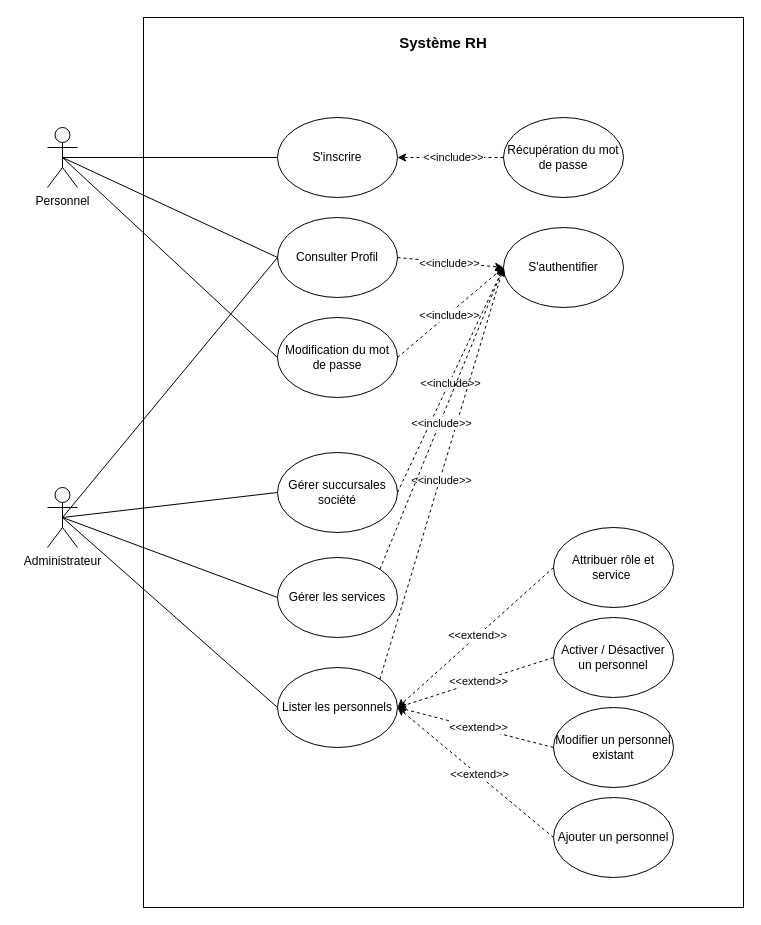
Above: Diagramme de cas d’utilisation du sprint 1.drawio in PORTAIL-RH/Portail-RH-Mobile (draw.io), before the change. Source tidied: cells renumbered, new cells numbered last; positions are measured from the earlier drawing's top-left corner, leaving out a move shared by most shapes. Both pictures are drawn from the tidied source at 100%, with x=0, y=0 at pixel (47, 17).
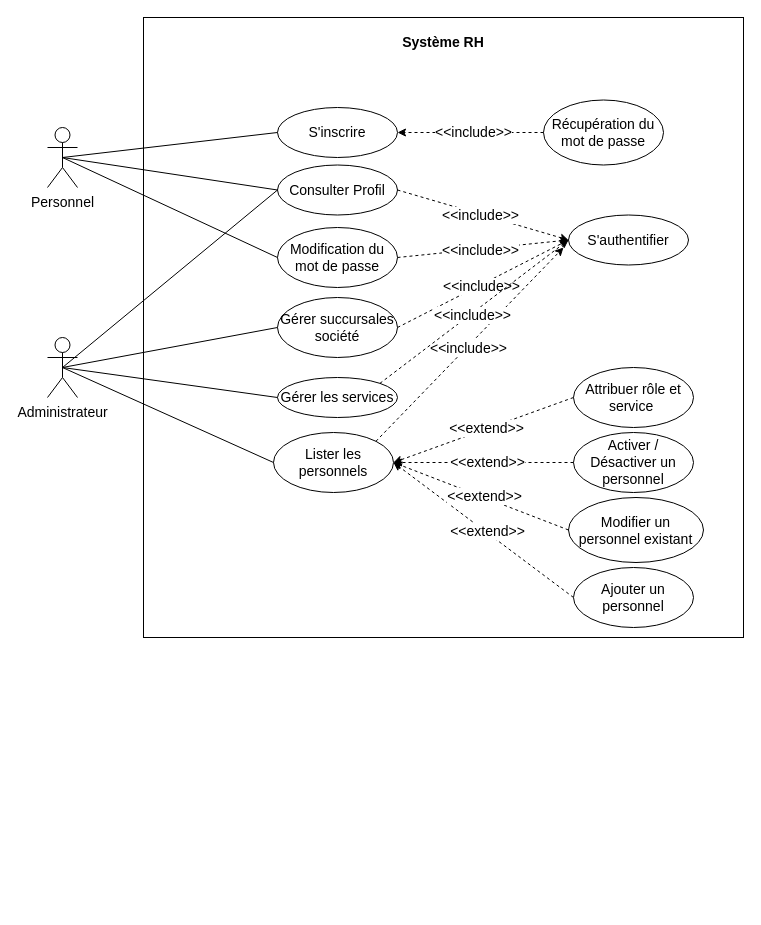
The same diagram, later.

The edit, as a diff of the source:
```diff
@@
     <mxCell id="2" style="rounded=0;whiteSpace=wrap;html=1;labelBackgroundColor=none;" parent="1" vertex="1">
-      <mxGeometry x="96" width="600" height="890" as="geometry" />
+      <mxGeometry x="96" width="600" height="620" as="geometry" />
     </mxCell>
-    <mxCell id="3" value="Personnel" style="shape=umlActor;verticalLabelPosition=bottom;verticalAlign=top;html=1;outlineConnect=0;" parent="1" vertex="1">
+    <mxCell id="3" value="Personnel" style="shape=umlActor;verticalLabelPosition=bottom;verticalAlign=top;html=1;outlineConnect=0;fontSize=14;" parent="1" vertex="1">
       <mxGeometry y="110" width="30" height="60" as="geometry" />
     </mxCell>
-    <mxCell id="4" value="Administrateur" style="shape=umlActor;verticalLabelPosition=bottom;verticalAlign=top;html=1;outlineConnect=0;" parent="1" vertex="1">
-      <mxGeometry y="470" width="30" height="60" as="geometry" />
+    <mxCell id="4" value="Administrateur" style="shape=umlActor;verticalLabelPosition=bottom;verticalAlign=top;html=1;outlineConnect=0;fontSize=14;" parent="1" vertex="1">
+      <mxGeometry y="320" width="30" height="60" as="geometry" />
     </mxCell>
-    <mxCell id="5" value="S'inscrire" style="ellipse;whiteSpace=wrap;html=1;" parent="1" vertex="1">
-      <mxGeometry x="230" y="100" width="120" height="80" as="geometry" />
+    <mxCell id="5" value="S'inscrire" style="ellipse;whiteSpace=wrap;html=1;fontSize=14;" parent="1" vertex="1">
+      <mxGeometry x="230" y="90" width="120" height="50" as="geometry" />
     </mxCell>
-    <mxCell id="6" style="endArrow=none;html=1;rounded=0;exitX=0.5;exitY=0.5;exitDx=0;exitDy=0;exitPerimeter=0;entryX=0;entryY=0.5;entryDx=0;entryDy=0;" parent="1" edge="1" source="3" target="5">
+    <mxCell id="6" style="endArrow=none;html=1;rounded=0;exitX=0.5;exitY=0.5;exitDx=0;exitDy=0;exitPerimeter=0;entryX=0;entryY=0.5;entryDx=0;entryDy=0;fontSize=14;" parent="1" edge="1" source="3" target="5">
       <mxGeometry relative="1" as="geometry" />
     </mxCell>
-    <mxCell id="7" value="S'authentifier" style="ellipse;whiteSpace=wrap;html=1;" parent="1" vertex="1">
-      <mxGeometry x="456" y="210" width="120" height="80" as="geometry" />
+    <mxCell id="7" value="S'authentifier" style="ellipse;whiteSpace=wrap;html=1;fontSize=14;" parent="1" vertex="1">
+      <mxGeometry x="521" y="197.5" width="120" height="50" as="geometry" />
     </mxCell>
-    <mxCell id="8" value="Récupération du mot de passe" style="ellipse;whiteSpace=wrap;html=1;" parent="1" vertex="1">
-      <mxGeometry x="456" y="100" width="120" height="80" as="geometry" />
+    <mxCell id="8" value="Récupération du mot de passe" style="ellipse;whiteSpace=wrap;html=1;fontSize=14;" parent="1" vertex="1">
+      <mxGeometry x="496" y="82.5" width="120" height="65" as="geometry" />
     </mxCell>
-    <mxCell id="9" value="Modification du mot de passe" style="ellipse;whiteSpace=wrap;html=1;" parent="1" vertex="1">
-      <mxGeometry x="230" y="300" width="120" height="80" as="geometry" />
+    <mxCell id="9" value="Modification du mot de passe" style="ellipse;whiteSpace=wrap;html=1;fontSize=14;" parent="1" vertex="1">
+      <mxGeometry x="230" y="210" width="120" height="60" as="geometry" />
     </mxCell>
-    <mxCell id="10" value="Consulter Profil" style="ellipse;whiteSpace=wrap;html=1;" parent="1" vertex="1">
-      <mxGeometry x="230" y="200" width="120" height="80" as="geometry" />
+    <mxCell id="10" value="Consulter Profil" style="ellipse;whiteSpace=wrap;html=1;fontSize=14;" parent="1" vertex="1">
+      <mxGeometry x="230" y="147.5" width="120" height="50" as="geometry" />
     </mxCell>
-    <mxCell id="11" style="endArrow=none;html=1;rounded=0;exitX=0.5;exitY=0.5;exitDx=0;exitDy=0;exitPerimeter=0;entryX=0;entryY=0.5;entryDx=0;entryDy=0;" parent="1" edge="1" source="3" target="10">
+    <mxCell id="11" style="endArrow=none;html=1;rounded=0;exitX=0.5;exitY=0.5;exitDx=0;exitDy=0;exitPerimeter=0;entryX=0;entryY=0.5;entryDx=0;entryDy=0;fontSize=14;" parent="1" edge="1" source="3" target="10">
       <mxGeometry relative="1" as="geometry" />
     </mxCell>
-    <mxCell id="12" style="endArrow=classic;dashed=1;html=1;rounded=0;exitX=0;exitY=0.5;exitDx=0;exitDy=0;endFill=1;entryX=1;entryY=0.5;entryDx=0;entryDy=0;" parent="1" edge="1" source="8" target="5">
+    <mxCell id="12" style="endArrow=classic;dashed=1;html=1;rounded=0;exitX=0;exitY=0.5;exitDx=0;exitDy=0;endFill=1;entryX=1;entryY=0.5;entryDx=0;entryDy=0;fontSize=14;" parent="1" edge="1" source="8" target="5">
       <mxGeometry relative="1" as="geometry" />
     </mxCell>
-    <mxCell id="13" value="&amp;lt;&amp;lt;include&amp;gt;&amp;gt;" style="edgeLabel;html=1;align=center;verticalAlign=middle;" parent="12" vertex="1">
+    <mxCell id="13" value="&amp;lt;&amp;lt;include&amp;gt;&amp;gt;" style="edgeLabel;html=1;align=center;verticalAlign=middle;fontSize=14;" parent="12" vertex="1">
       <mxGeometry x="-0.03" y="-1" relative="1" as="geometry" />
     </mxCell>
-    <mxCell id="14" style="endArrow=none;html=1;rounded=0;exitX=0.5;exitY=0.5;exitDx=0;exitDy=0;exitPerimeter=0;entryX=0;entryY=0.5;entryDx=0;entryDy=0;" parent="1" edge="1" source="3" target="9">
+    <mxCell id="14" style="endArrow=none;html=1;rounded=0;exitX=0.5;exitY=0.5;exitDx=0;exitDy=0;exitPerimeter=0;entryX=0;entryY=0.5;entryDx=0;entryDy=0;fontSize=14;" parent="1" edge="1" source="3" target="9">
       <mxGeometry relative="1" as="geometry" />
     </mxCell>
-    <mxCell id="15" style="endArrow=classic;dashed=1;html=1;rounded=0;exitX=1;exitY=0.5;exitDx=0;exitDy=0;endFill=1;entryX=0;entryY=0.5;entryDx=0;entryDy=0;" parent="1" edge="1" source="10" target="7">
+    <mxCell id="15" style="endArrow=classic;dashed=1;html=1;rounded=0;exitX=1;exitY=0.5;exitDx=0;exitDy=0;endFill=1;entryX=0;entryY=0.5;entryDx=0;entryDy=0;fontSize=14;" parent="1" edge="1" source="10" target="7">
       <mxGeometry relative="1" as="geometry" />
     </mxCell>
-    <mxCell id="16" value="&amp;lt;&amp;lt;include&amp;gt;&amp;gt;" style="edgeLabel;html=1;align=center;verticalAlign=middle;" parent="15" vertex="1">
+    <mxCell id="16" value="&amp;lt;&amp;lt;include&amp;gt;&amp;gt;" style="edgeLabel;html=1;align=center;verticalAlign=middle;fontSize=14;" parent="15" vertex="1">
       <mxGeometry x="-0.03" y="-1" relative="1" as="geometry" />
     </mxCell>
-    <mxCell id="17" style="endArrow=classic;dashed=1;html=1;rounded=0;exitX=1;exitY=0.5;exitDx=0;exitDy=0;endFill=1;entryX=0;entryY=0.5;entryDx=0;entryDy=0;" parent="1" edge="1" source="9" target="7">
+    <mxCell id="17" style="endArrow=classic;dashed=1;html=1;rounded=0;exitX=1;exitY=0.5;exitDx=0;exitDy=0;endFill=1;entryX=0;entryY=0.5;entryDx=0;entryDy=0;fontSize=14;" parent="1" edge="1" source="9" target="7">
       <mxGeometry relative="1" as="geometry" />
     </mxCell>
-    <mxCell id="18" value="&amp;lt;&amp;lt;include&amp;gt;&amp;gt;" style="edgeLabel;html=1;align=center;verticalAlign=middle;" parent="17" vertex="1">
+    <mxCell id="18" value="&amp;lt;&amp;lt;include&amp;gt;&amp;gt;" style="edgeLabel;html=1;align=center;verticalAlign=middle;fontSize=14;" parent="17" vertex="1">
       <mxGeometry x="-0.03" y="-1" relative="1" as="geometry" />
     </mxCell>
-    <mxCell id="19" value="Gérer succursales société" style="ellipse;whiteSpace=wrap;html=1;" parent="1" vertex="1">
-      <mxGeometry x="230" y="435" width="120" height="80" as="geometry" />
+    <mxCell id="19" value="Gérer succursales société" style="ellipse;whiteSpace=wrap;html=1;fontSize=14;" parent="1" vertex="1">
+      <mxGeometry x="230" y="280" width="120" height="60" as="geometry" />
     </mxCell>
-    <mxCell id="20" value="Gérer les services" style="ellipse;whiteSpace=wrap;html=1;" parent="1" vertex="1">
-      <mxGeometry x="230" y="540" width="120" height="80" as="geometry" />
+    <mxCell id="20" value="Gérer les services" style="ellipse;whiteSpace=wrap;html=1;fontSize=14;" parent="1" vertex="1">
+      <mxGeometry x="230" y="360" width="120" height="40" as="geometry" />
     </mxCell>
-    <mxCell id="21" value="Lister les personnels" style="ellipse;whiteSpace=wrap;html=1;" parent="1" vertex="1">
-      <mxGeometry x="230" y="650" width="120" height="80" as="geometry" />
+    <mxCell id="21" value="Lister les personnels" style="ellipse;whiteSpace=wrap;html=1;fontSize=14;" parent="1" vertex="1">
+      <mxGeometry x="226" y="415" width="120" height="60" as="geometry" />
     </mxCell>
-    <mxCell id="22" style="endArrow=classic;dashed=1;html=1;rounded=0;exitX=0;exitY=0.5;exitDx=0;exitDy=0;endFill=1;entryX=1;entryY=0.5;entryDx=0;entryDy=0;" parent="1" edge="1" source="26" target="21">
+    <mxCell id="22" style="endArrow=classic;dashed=1;html=1;rounded=0;exitX=0;exitY=0.5;exitDx=0;exitDy=0;endFill=1;entryX=1;entryY=0.5;entryDx=0;entryDy=0;fontSize=14;" parent="1" edge="1" source="26" target="21">
       <mxGeometry relative="1" as="geometry" />
     </mxCell>
-    <mxCell id="23" value="&amp;lt;&amp;lt;extend&amp;gt;&amp;gt;" style="edgeLabel;html=1;align=center;verticalAlign=middle;" parent="22" vertex="1">
+    <mxCell id="23" value="&amp;lt;&amp;lt;extend&amp;gt;&amp;gt;" style="edgeLabel;html=1;align=center;verticalAlign=middle;fontSize=14;" parent="22" vertex="1">
       <mxGeometry x="-0.03" y="-1" relative="1" as="geometry" />
     </mxCell>
-    <mxCell id="24" value="Activer / Désactiver un personnel" style="ellipse;whiteSpace=wrap;html=1;" parent="1" vertex="1">
-      <mxGeometry x="506" y="600" width="120" height="80" as="geometry" />
+    <mxCell id="24" value="Activer / Désactiver un personnel" style="ellipse;whiteSpace=wrap;html=1;fontSize=14;" parent="1" vertex="1">
+      <mxGeometry x="526" y="415" width="120" height="60" as="geometry" />
     </mxCell>
-    <mxCell id="25" value="Modifier un personnel existant" style="ellipse;whiteSpace=wrap;html=1;" parent="1" vertex="1">
-      <mxGeometry x="506" y="690" width="120" height="80" as="geometry" />
+    <mxCell id="25" value="Modifier un personnel existant" style="ellipse;whiteSpace=wrap;html=1;fontSize=14;" parent="1" vertex="1">
+      <mxGeometry x="521" y="480" width="135" height="65" as="geometry" />
     </mxCell>
-    <mxCell id="26" value="Ajouter un personnel" style="ellipse;whiteSpace=wrap;html=1;" parent="1" vertex="1">
-      <mxGeometry x="506" y="780" width="120" height="80" as="geometry" />
+    <mxCell id="26" value="Ajouter un personnel" style="ellipse;whiteSpace=wrap;html=1;fontSize=14;" parent="1" vertex="1">
+      <mxGeometry x="526" y="550" width="120" height="60" as="geometry" />
     </mxCell>
-    <mxCell id="27" value="Attribuer rôle et service&amp;nbsp;" style="ellipse;whiteSpace=wrap;html=1;" parent="1" vertex="1">
-      <mxGeometry x="506" y="510" width="120" height="80" as="geometry" />
+    <mxCell id="27" value="Attribuer rôle et service&amp;nbsp;" style="ellipse;whiteSpace=wrap;html=1;fontSize=14;" parent="1" vertex="1">
+      <mxGeometry x="526" y="350" width="120" height="60" as="geometry" />
     </mxCell>
-    <mxCell id="28" style="endArrow=classic;dashed=1;html=1;rounded=0;exitX=0;exitY=0.5;exitDx=0;exitDy=0;endFill=1;entryX=1;entryY=0.5;entryDx=0;entryDy=0;" parent="1" edge="1" source="25" target="21">
+    <mxCell id="28" style="endArrow=classic;dashed=1;html=1;rounded=0;exitX=0;exitY=0.5;exitDx=0;exitDy=0;endFill=1;entryX=1;entryY=0.5;entryDx=0;entryDy=0;fontSize=14;" parent="1" edge="1" source="25" target="21">
       <mxGeometry relative="1" as="geometry" />
     </mxCell>
-    <mxCell id="29" value="&amp;lt;&amp;lt;extend&amp;gt;&amp;gt;" style="edgeLabel;html=1;align=center;verticalAlign=middle;" parent="28" vertex="1">
+    <mxCell id="29" value="&amp;lt;&amp;lt;extend&amp;gt;&amp;gt;" style="edgeLabel;html=1;align=center;verticalAlign=middle;fontSize=14;" parent="28" vertex="1">
       <mxGeometry x="-0.03" y="-1" relative="1" as="geometry" />
     </mxCell>
-    <mxCell id="30" style="endArrow=classic;dashed=1;html=1;rounded=0;exitX=0;exitY=0.5;exitDx=0;exitDy=0;endFill=1;entryX=1;entryY=0.5;entryDx=0;entryDy=0;" parent="1" edge="1" source="24" target="21">
+    <mxCell id="30" style="endArrow=classic;dashed=1;html=1;rounded=0;exitX=0;exitY=0.5;exitDx=0;exitDy=0;endFill=1;entryX=1;entryY=0.5;entryDx=0;entryDy=0;fontSize=14;" parent="1" edge="1" source="24" target="21">
       <mxGeometry relative="1" as="geometry" />
     </mxCell>
-    <mxCell id="31" value="&amp;lt;&amp;lt;extend&amp;gt;&amp;gt;" style="edgeLabel;html=1;align=center;verticalAlign=middle;" parent="30" vertex="1">
+    <mxCell id="31" value="&amp;lt;&amp;lt;extend&amp;gt;&amp;gt;" style="edgeLabel;html=1;align=center;verticalAlign=middle;fontSize=14;" parent="30" vertex="1">
       <mxGeometry x="-0.03" y="-1" relative="1" as="geometry" />
     </mxCell>
-    <mxCell id="32" style="endArrow=classic;dashed=1;html=1;rounded=0;exitX=0;exitY=0.5;exitDx=0;exitDy=0;endFill=1;entryX=1;entryY=0.5;entryDx=0;entryDy=0;" parent="1" edge="1" source="27" target="21">
+    <mxCell id="32" style="endArrow=classic;dashed=1;html=1;rounded=0;exitX=0;exitY=0.5;exitDx=0;exitDy=0;endFill=1;entryX=1;entryY=0.5;entryDx=0;entryDy=0;fontSize=14;" parent="1" edge="1" source="27" target="21">
       <mxGeometry relative="1" as="geometry" />
     </mxCell>
-    <mxCell id="33" value="&amp;lt;&amp;lt;extend&amp;gt;&amp;gt;" style="edgeLabel;html=1;align=center;verticalAlign=middle;" parent="32" vertex="1">
+    <mxCell id="33" value="&amp;lt;&amp;lt;extend&amp;gt;&amp;gt;" style="edgeLabel;html=1;align=center;verticalAlign=middle;fontSize=14;" parent="32" vertex="1">
       <mxGeometry x="-0.03" y="-1" relative="1" as="geometry" />
     </mxCell>
-    <mxCell id="34" style="endArrow=none;html=1;rounded=0;exitX=0.5;exitY=0.5;exitDx=0;exitDy=0;exitPerimeter=0;entryX=0;entryY=0.5;entryDx=0;entryDy=0;" parent="1" edge="1" source="4" target="19">
+    <mxCell id="34" style="endArrow=none;html=1;rounded=0;exitX=0.5;exitY=0.5;exitDx=0;exitDy=0;exitPerimeter=0;entryX=0;entryY=0.5;entryDx=0;entryDy=0;fontSize=14;" parent="1" edge="1" source="4" target="19">
       <mxGeometry relative="1" as="geometry" />
     </mxCell>
-    <mxCell id="35" style="endArrow=none;html=1;rounded=0;exitX=0.5;exitY=0.5;exitDx=0;exitDy=0;exitPerimeter=0;entryX=0;entryY=0.5;entryDx=0;entryDy=0;" parent="1" edge="1" source="4" target="20">
+    <mxCell id="35" style="endArrow=none;html=1;rounded=0;exitX=0.5;exitY=0.5;exitDx=0;exitDy=0;exitPerimeter=0;entryX=0;entryY=0.5;entryDx=0;entryDy=0;fontSize=14;" parent="1" edge="1" source="4" target="20">
       <mxGeometry relative="1" as="geometry" />
     </mxCell>
-    <mxCell id="36" style="endArrow=none;html=1;rounded=0;entryX=0.5;entryY=0.5;entryDx=0;entryDy=0;entryPerimeter=0;exitX=0;exitY=0.5;exitDx=0;exitDy=0;" parent="1" edge="1" source="21" target="4">
+    <mxCell id="36" style="endArrow=none;html=1;rounded=0;entryX=0.5;entryY=0.5;entryDx=0;entryDy=0;entryPerimeter=0;exitX=0;exitY=0.5;exitDx=0;exitDy=0;fontSize=14;" parent="1" edge="1" source="21" target="4">
       <mxGeometry relative="1" as="geometry" />
     </mxCell>
-    <mxCell id="37" style="endArrow=none;html=1;rounded=0;exitX=0.5;exitY=0.5;exitDx=0;exitDy=0;exitPerimeter=0;entryX=0;entryY=0.5;entryDx=0;entryDy=0;" parent="1" edge="1" source="4" target="10">
+    <mxCell id="37" style="endArrow=none;html=1;rounded=0;exitX=0.5;exitY=0.5;exitDx=0;exitDy=0;exitPerimeter=0;entryX=0;entryY=0.5;entryDx=0;entryDy=0;fontSize=14;" parent="1" edge="1" source="4" target="10">
       <mxGeometry relative="1" as="geometry" />
     </mxCell>
-    <mxCell id="38" style="endArrow=classic;dashed=1;html=1;rounded=0;exitX=1;exitY=0.5;exitDx=0;exitDy=0;endFill=1;" parent="1" edge="1" source="19">
-      <mxGeometry relative="1" as="geometry">
-        <mxPoint x="456" y="250" as="targetPoint" />
-      </mxGeometry>
+    <mxCell id="38" style="endArrow=classic;dashed=1;html=1;rounded=0;exitX=1;exitY=0.5;exitDx=0;exitDy=0;endFill=1;fontSize=14;entryX=0;entryY=0.5;entryDx=0;entryDy=0;" parent="1" edge="1" source="19" target="7">
+      <mxGeometry relative="1" as="geometry" />
     </mxCell>
-    <mxCell id="39" value="&amp;lt;&amp;lt;include&amp;gt;&amp;gt;" style="edgeLabel;html=1;align=center;verticalAlign=middle;" parent="38" vertex="1">
+    <mxCell id="39" value="&amp;lt;&amp;lt;include&amp;gt;&amp;gt;" style="edgeLabel;html=1;align=center;verticalAlign=middle;fontSize=14;" parent="38" vertex="1">
       <mxGeometry x="-0.03" y="-1" relative="1" as="geometry" />
     </mxCell>
-    <mxCell id="40" style="endArrow=classic;dashed=1;html=1;rounded=0;exitX=1;exitY=0;exitDx=0;exitDy=0;endFill=1;" parent="1" edge="1" source="21">
+    <mxCell id="40" style="endArrow=classic;dashed=1;html=1;rounded=0;exitX=1;exitY=0;exitDx=0;exitDy=0;endFill=1;fontSize=14;" parent="1" edge="1" source="21">
       <mxGeometry relative="1" as="geometry">
-        <mxPoint x="456" y="250" as="targetPoint" />
+        <mxPoint x="516" y="230" as="targetPoint" />
       </mxGeometry>
     </mxCell>
-    <mxCell id="41" value="&amp;lt;&amp;lt;include&amp;gt;&amp;gt;" style="edgeLabel;html=1;align=center;verticalAlign=middle;" parent="40" vertex="1">
+    <mxCell id="41" value="&amp;lt;&amp;lt;include&amp;gt;&amp;gt;" style="edgeLabel;html=1;align=center;verticalAlign=middle;fontSize=14;" parent="40" vertex="1">
       <mxGeometry x="-0.03" y="-1" relative="1" as="geometry" />
     </mxCell>
-    <mxCell id="42" style="endArrow=classic;dashed=1;html=1;rounded=0;exitX=1;exitY=0;exitDx=0;exitDy=0;endFill=1;entryX=0;entryY=0.5;entryDx=0;entryDy=0;" parent="1" edge="1" source="20" target="7">
+    <mxCell id="42" style="endArrow=classic;dashed=1;html=1;rounded=0;exitX=1;exitY=0;exitDx=0;exitDy=0;endFill=1;entryX=0;entryY=0.5;entryDx=0;entryDy=0;fontSize=14;" parent="1" edge="1" source="20" target="7">
       <mxGeometry relative="1" as="geometry" />
     </mxCell>
-    <mxCell id="43" value="&amp;lt;&amp;lt;include&amp;gt;&amp;gt;" style="edgeLabel;html=1;align=center;verticalAlign=middle;" parent="42" vertex="1">
+    <mxCell id="43" value="&amp;lt;&amp;lt;include&amp;gt;&amp;gt;" style="edgeLabel;html=1;align=center;verticalAlign=middle;fontSize=14;" parent="42" vertex="1">
       <mxGeometry x="-0.03" y="-1" relative="1" as="geometry" />
     </mxCell>
-    <mxCell id="44" value="&lt;b&gt;&lt;font style=&quot;font-size: 15px;&quot;&gt;Système RH&lt;/font&gt;&lt;/b&gt;" style="rounded=0;whiteSpace=wrap;html=1;dashed=1;dashPattern=1 4;strokeColor=#FFFFFF;shadow=0;strokeWidth=4;" parent="1" vertex="1">
+    <mxCell id="44" value="&lt;b&gt;&lt;font&gt;Système RH&lt;/font&gt;&lt;/b&gt;" style="rounded=0;whiteSpace=wrap;html=1;dashed=1;dashPattern=1 4;strokeColor=#FFFFFF;shadow=0;strokeWidth=4;fontSize=14;" parent="1" vertex="1">
       <mxGeometry x="336" y="10" width="120" height="30" as="geometry" />
     </mxCell>
```
